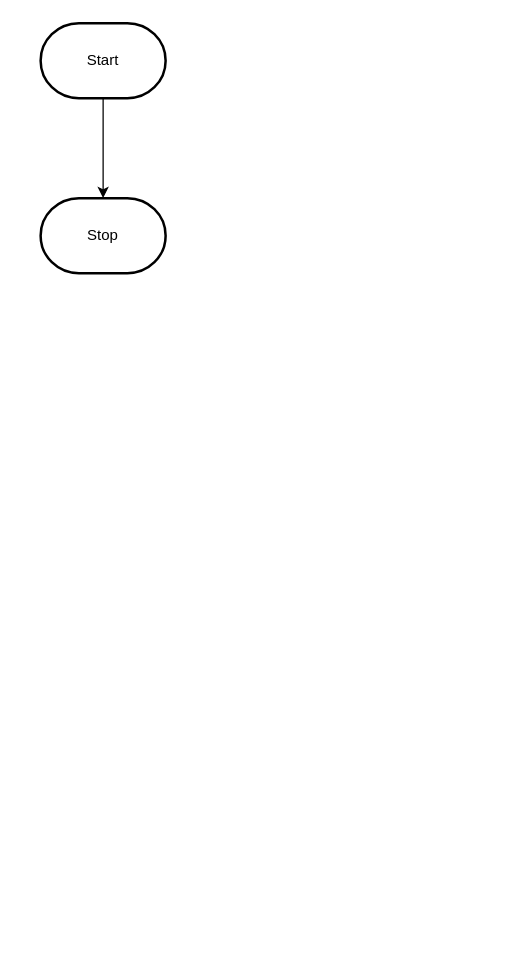
MTHS-ICS2O-2-2022/ICS2O-Unit-5-02-Bonnie-Zhu keeps this draw.io diagram as design/flowchart.drawio. Above is the earlier version. Source tidied: cells renumbered, new cells numbered last; positions are measured from the earlier drawing's top-left corner, leaving out a move shared by most shapes. Both pictures are drawn from the tidied source at 125%, with x=0, y=0 at pixel (40, 22).
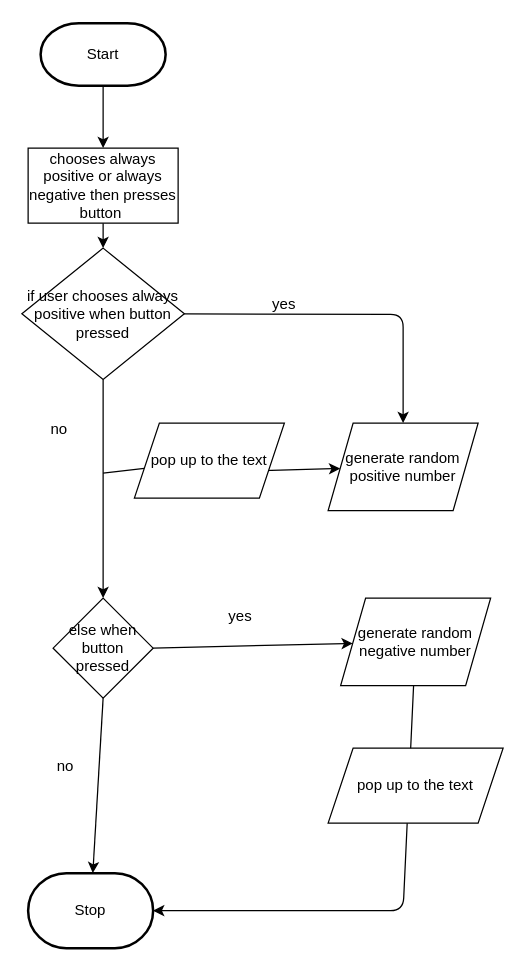
The same diagram, later.

What changed in the source:
```diff
@@
-    <mxCell id="2" style="edgeStyle=orthogonalEdgeStyle;html=1;rounded=0;" parent="1" edge="1" source="3" target="4">
-      <mxGeometry relative="1" as="geometry" />
-    </mxCell>
+    <mxCell id="5" style="edgeStyle=none;html=1;" parent="1" edge="1" source="3" target="2">
+      <mxGeometry relative="1" as="geometry" />
+    </mxCell>
     <mxCell id="3" value="Start" style="strokeWidth=2;html=1;shape=mxgraph.flowchart.terminator;whiteSpace=wrap;" parent="1" vertex="1">
-      <mxGeometry width="100" height="60" as="geometry" />
+      <mxGeometry width="100" height="50" as="geometry" />
     </mxCell>
     <mxCell id="4" value="Stop" style="strokeWidth=2;html=1;shape=mxgraph.flowchart.terminator;whiteSpace=wrap;" parent="1" vertex="1">
-      <mxGeometry y="140" width="100" height="60" as="geometry" />
+      <mxGeometry x="-10" y="680" width="100" height="60" as="geometry" />
     </mxCell>
+    <mxCell id="6" style="edgeStyle=none;html=1;" parent="1" edge="1" source="2" target="9">
+      <mxGeometry relative="1" as="geometry" />
+    </mxCell>
+    <mxCell id="2" value="chooses always positive or always negative then presses button&amp;nbsp;" style="rounded=0;whiteSpace=wrap;html=1;" parent="1" vertex="1">
+      <mxGeometry x="-10" y="100" width="120" height="60" as="geometry" />
+    </mxCell>
+    <mxCell id="7" style="edgeStyle=none;html=1;" parent="1" edge="1" source="9" target="10">
+      <mxGeometry relative="1" as="geometry">
+        <Array as="points">
+          <mxPoint x="290" y="233" />
+        </Array>
+      </mxGeometry>
+    </mxCell>
+    <mxCell id="8" style="edgeStyle=none;html=1;exitX=0.5;exitY=1;exitDx=0;exitDy=0;entryX=0.5;entryY=0;entryDx=0;entryDy=0;" parent="1" edge="1" source="9" target="15">
+      <mxGeometry relative="1" as="geometry" />
+    </mxCell>
+    <mxCell id="9" value="if user chooses always positive when button pressed" style="rhombus;whiteSpace=wrap;html=1;" parent="1" vertex="1">
+      <mxGeometry x="-15" y="180" width="130" height="105" as="geometry" />
+    </mxCell>
+    <mxCell id="10" value="generate random positive number" style="shape=parallelogram;perimeter=parallelogramPerimeter;whiteSpace=wrap;html=1;fixedSize=1;" parent="1" vertex="1">
+      <mxGeometry x="230" y="320" width="120" height="70" as="geometry" />
+    </mxCell>
+    <mxCell id="11" style="edgeStyle=none;html=1;startArrow=none;" parent="1" edge="1" source="21" target="10">
+      <mxGeometry relative="1" as="geometry">
+        <Array as="points">
+          <mxPoint x="100" y="360" />
+        </Array>
+      </mxGeometry>
+    </mxCell>
+    <mxCell id="12" value="yes" style="text;html=1;strokeColor=none;fillColor=none;align=center;verticalAlign=middle;whiteSpace=wrap;rounded=0;" parent="1" vertex="1">
+      <mxGeometry x="165" y="210" width="60" height="30" as="geometry" />
+    </mxCell>
+    <mxCell id="13" style="edgeStyle=none;html=1;exitX=1;exitY=0.5;exitDx=0;exitDy=0;" parent="1" edge="1" source="15" target="18">
+      <mxGeometry relative="1" as="geometry" />
+    </mxCell>
+    <mxCell id="14" style="edgeStyle=none;html=1;exitX=0.5;exitY=1;exitDx=0;exitDy=0;" parent="1" edge="1" source="15" target="4">
+      <mxGeometry relative="1" as="geometry" />
+    </mxCell>
+    <mxCell id="15" value="else when button pressed" style="rhombus;whiteSpace=wrap;html=1;" parent="1" vertex="1">
+      <mxGeometry x="10" y="460" width="80" height="80" as="geometry" />
+    </mxCell>
+    <mxCell id="16" value="no" style="text;html=1;strokeColor=none;fillColor=none;align=center;verticalAlign=middle;whiteSpace=wrap;rounded=0;" parent="1" vertex="1">
+      <mxGeometry x="-15" y="310" width="60" height="30" as="geometry" />
+    </mxCell>
+    <mxCell id="17" style="edgeStyle=none;html=1;entryX=1;entryY=0.5;entryDx=0;entryDy=0;entryPerimeter=0;" parent="1" edge="1" source="18" target="4">
+      <mxGeometry relative="1" as="geometry">
+        <Array as="points">
+          <mxPoint x="290" y="710" />
+        </Array>
+      </mxGeometry>
+    </mxCell>
+    <mxCell id="18" value="generate random negative number" style="shape=parallelogram;perimeter=parallelogramPerimeter;whiteSpace=wrap;html=1;fixedSize=1;" parent="1" vertex="1">
+      <mxGeometry x="240" y="460" width="120" height="70" as="geometry" />
+    </mxCell>
+    <mxCell id="19" value="pop up to the text" style="shape=parallelogram;perimeter=parallelogramPerimeter;whiteSpace=wrap;html=1;fixedSize=1;" parent="1" vertex="1">
+      <mxGeometry x="230" y="580" width="140" height="60" as="geometry" />
+    </mxCell>
+    <mxCell id="20" style="edgeStyle=none;html=1;endArrow=none;" parent="1" edge="1" target="21">
+      <mxGeometry relative="1" as="geometry">
+        <mxPoint x="50" y="360" as="sourcePoint" />
+      </mxGeometry>
+    </mxCell>
+    <mxCell id="21" value="pop up to the text" style="shape=parallelogram;perimeter=parallelogramPerimeter;whiteSpace=wrap;html=1;fixedSize=1;" parent="1" vertex="1">
+      <mxGeometry x="75" y="320" width="120" height="60" as="geometry" />
+    </mxCell>
+    <mxCell id="22" value="yes" style="text;html=1;strokeColor=none;fillColor=none;align=center;verticalAlign=middle;whiteSpace=wrap;rounded=0;" parent="1" vertex="1">
+      <mxGeometry x="130" y="460" width="60" height="30" as="geometry" />
+    </mxCell>
+    <mxCell id="23" value="no" style="text;html=1;strokeColor=none;fillColor=none;align=center;verticalAlign=middle;whiteSpace=wrap;rounded=0;" parent="1" vertex="1">
+      <mxGeometry x="-10" y="580" width="60" height="30" as="geometry" />
+    </mxCell>
```
